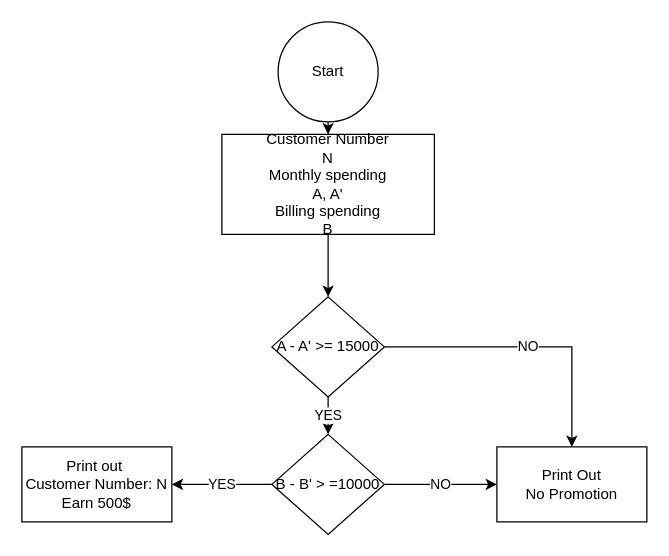
Earlier version of the draw.io diagram Question 1 - Promotion.drawio (ricotrannguyen/Algorithm). Source tidied: cells renumbered, new cells numbered last; positions are measured from the earlier drawing's top-left corner, leaving out a move shared by most shapes. Both pictures are drawn from the tidied source at 125%, with x=0, y=0 at pixel (21, 21).
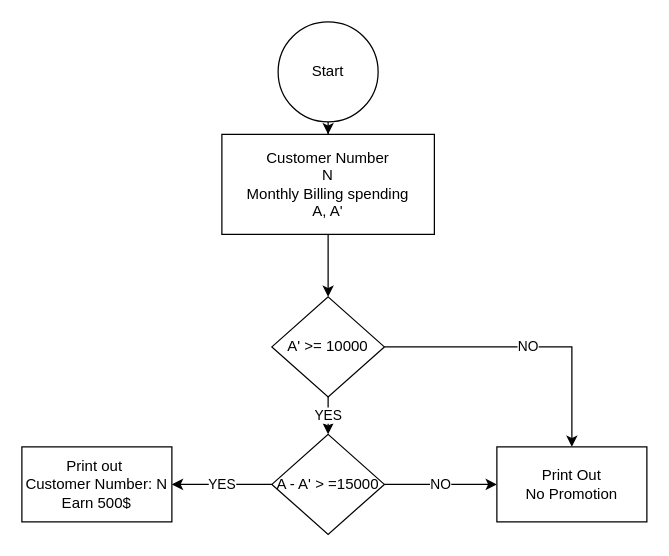
The same page after the edit.

What changed in the source:
```diff
@@
 <mxGraphModel>
   <root>
     <mxCell id="0" />
     <mxCell id="1" parent="0" />
     <mxCell id="2" style="edgeStyle=orthogonalEdgeStyle;rounded=0;jettySize=auto;html=1;" parent="1" edge="1" source="3" target="5">
       <mxGeometry relative="1" as="geometry" />
     </mxCell>
     <mxCell id="3" value="Start" style="ellipse;whiteSpace=wrap;html=1;" parent="1" vertex="1">
       <mxGeometry x="205" width="80" height="80" as="geometry" />
     </mxCell>
     <mxCell id="4" style="edgeStyle=orthogonalEdgeStyle;rounded=0;jettySize=auto;html=1;" parent="1" edge="1" source="5">
       <mxGeometry relative="1" as="geometry">
         <mxPoint x="245" y="220" as="targetPoint" />
       </mxGeometry>
     </mxCell>
-    <mxCell id="5" value="Customer Number&lt;br&gt;N&lt;br&gt;Monthly spending&lt;br&gt;A, A'&lt;br&gt;Billing spending&lt;br&gt;B" style="whiteSpace=wrap;html=1;" parent="1" vertex="1">
+    <mxCell id="5" value="Customer Number&lt;br&gt;N&lt;br&gt;Monthly Billing spending&lt;br&gt;A, A'" style="whiteSpace=wrap;html=1;" parent="1" vertex="1">
       <mxGeometry x="160" y="90" width="170" height="80" as="geometry" />
     </mxCell>
     <mxCell id="6" value="YES" style="edgeStyle=orthogonalEdgeStyle;rounded=0;jettySize=auto;html=1;" parent="1" edge="1" source="8">
       <mxGeometry relative="1" as="geometry">
         <mxPoint x="245" y="330" as="targetPoint" />
       </mxGeometry>
     </mxCell>
     <mxCell id="7" value="NO" style="edgeStyle=orthogonalEdgeStyle;rounded=0;jettySize=auto;html=1;entryX=0.5;entryY=0;entryDx=0;entryDy=0;" parent="1" edge="1" source="8" target="13">
       <mxGeometry relative="1" as="geometry" />
     </mxCell>
-    <mxCell id="8" value="A - A' &amp;gt;= 15000" style="rhombus;whiteSpace=wrap;html=1;" parent="1" vertex="1">
+    <mxCell id="8" value="A' &amp;gt;= 10000" style="rhombus;whiteSpace=wrap;html=1;" parent="1" vertex="1">
       <mxGeometry x="200" y="220" width="90" height="80" as="geometry" />
     </mxCell>
     <mxCell id="9" value="YES" style="edgeStyle=orthogonalEdgeStyle;rounded=0;jettySize=auto;html=1;" parent="1" edge="1" source="11" target="12">
       <mxGeometry relative="1" as="geometry" />
     </mxCell>
     <mxCell id="10" value="NO" style="edgeStyle=orthogonalEdgeStyle;rounded=0;jettySize=auto;html=1;" parent="1" edge="1" source="11" target="13">
       <mxGeometry relative="1" as="geometry" />
     </mxCell>
-    <mxCell id="11" value="B - B' &amp;gt; =10000" style="rhombus;whiteSpace=wrap;html=1;" parent="1" vertex="1">
+    <mxCell id="11" value="A - A' &amp;gt; =15000" style="rhombus;whiteSpace=wrap;html=1;" parent="1" vertex="1">
       <mxGeometry x="200" y="330" width="90" height="80" as="geometry" />
     </mxCell>
     <mxCell id="12" value="Print out&amp;nbsp;&lt;br&gt;Customer Number: N&lt;br&gt;Earn 500$" style="whiteSpace=wrap;html=1;" parent="1" vertex="1">
       <mxGeometry y="340" width="120" height="60" as="geometry" />
     </mxCell>
     <mxCell id="13" value="Print Out &lt;br&gt;No Promotion" style="whiteSpace=wrap;html=1;" parent="1" vertex="1">
       <mxGeometry x="380" y="340" width="120" height="60" as="geometry" />
     </mxCell>
   </root>
 </mxGraphModel>
```
